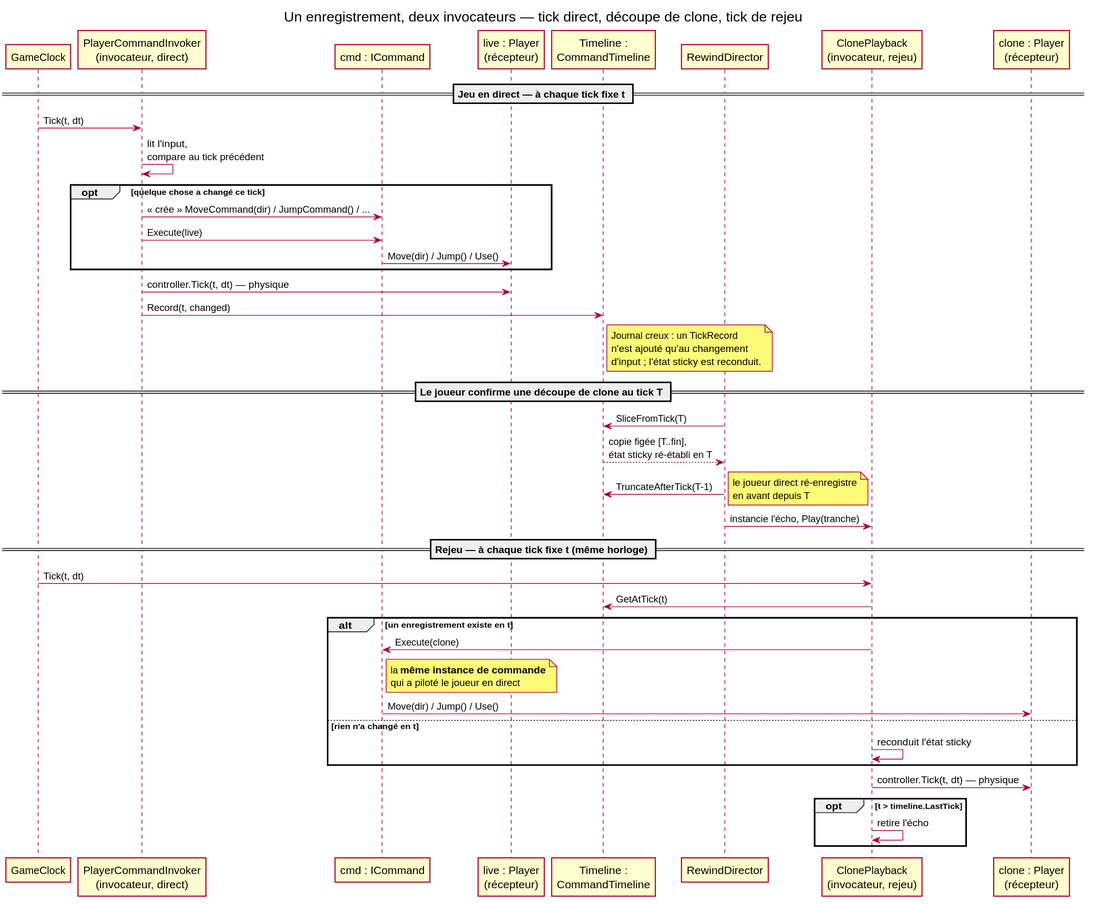
Xenogix/PlatformerMCR keeps this PlantUML diagram as docs/presentation/command-pattern-sequence-fr.svg. Above is the earlier version.
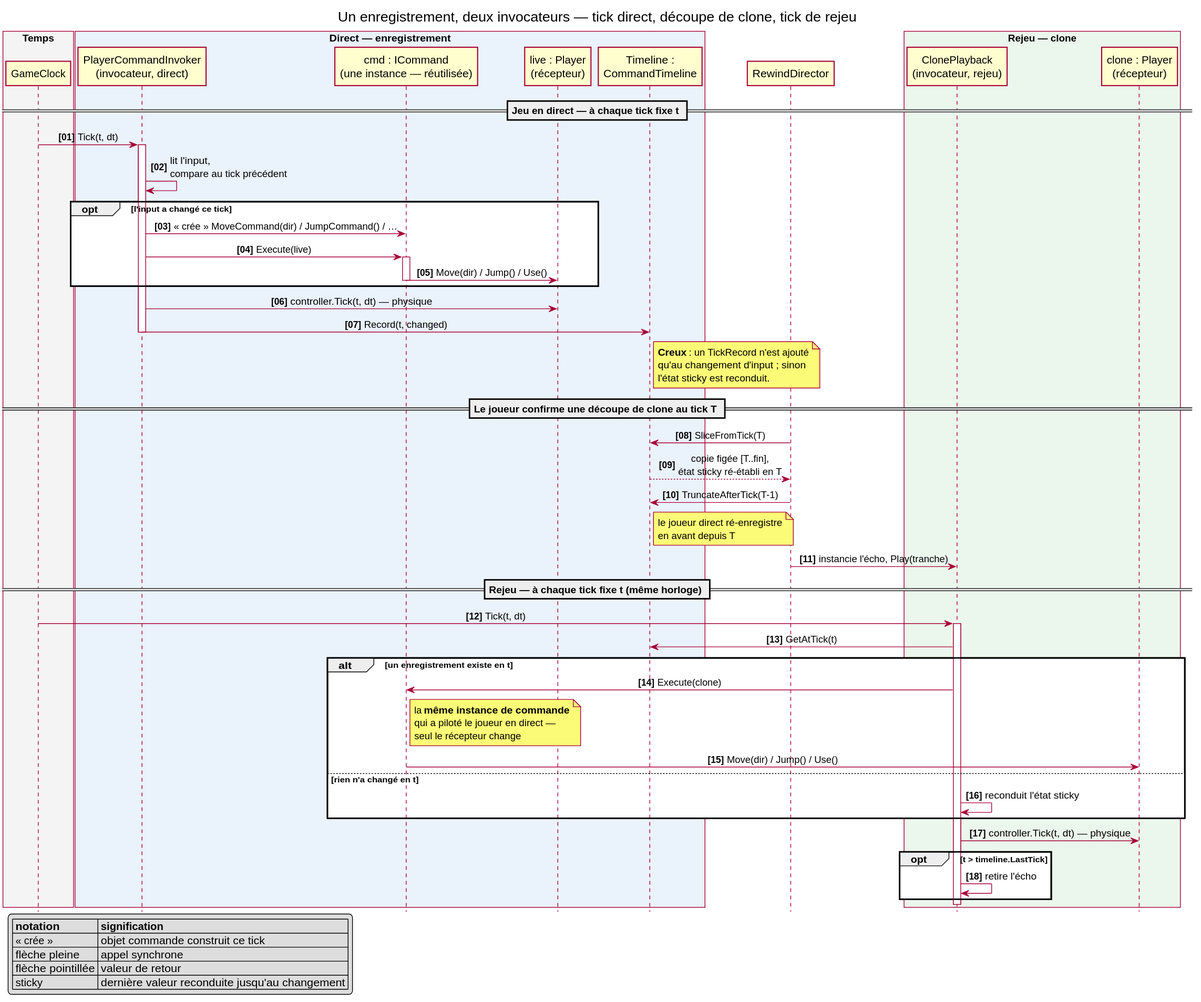
After the change.

The edit, as a diff of the source:
```diff
@@ -3,45 +3,59 @@
 
 skinparam shadowing false
 skinparam defaultFontName sans-serif
+skinparam sequenceMessageAlign center
+hide footbox
+autonumber "<b>[00]"
 
-participant GameClock as clock
-participant "PlayerCommandInvoker\n(invocateur, direct)" as invoker
-participant "cmd : ICommand" as cmd
-participant "live : Player\n(récepteur)" as live
-participant "Timeline :\nCommandTimeline" as timeline
+box "Temps" #F4F4F4
+  participant GameClock as clock
+end box
+box "Direct — enregistrement" #EAF2FB
+  participant "PlayerCommandInvoker\n(invocateur, direct)" as invoker
+  participant "cmd : ICommand\n(une instance — réutilisée)" as cmd
+  participant "live : Player\n(récepteur)" as live
+  participant "Timeline :\nCommandTimeline" as timeline
+end box
 participant RewindDirector as director
-participant "ClonePlayback\n(invocateur, rejeu)" as playback
-participant "clone : Player\n(récepteur)" as clone
+box "Rejeu — clone" #EBF7EC
+  participant "ClonePlayback\n(invocateur, rejeu)" as playback
+  participant "clone : Player\n(récepteur)" as clone
+end box
 
 == Jeu en direct — à chaque tick fixe t ==
 clock -> invoker : Tick(t, dt)
+activate invoker
 invoker -> invoker : lit l'input,\ncompare au tick précédent
-opt quelque chose a changé ce tick
-    invoker -> cmd : « crée » MoveCommand(dir) / JumpCommand() / ...
+opt l'input a changé ce tick
+    invoker -> cmd : « crée » MoveCommand(dir) / JumpCommand() / …
     invoker -> cmd : Execute(live)
+    activate cmd
     cmd -> live : Move(dir) / Jump() / Use()
+    deactivate cmd
 end
 invoker -> live : controller.Tick(t, dt)  — physique
 invoker -> timeline : Record(t, changed)
 note right of timeline
-    Journal creux : un TickRecord
-    n'est ajouté qu'au changement
-    d'input ; l'état sticky est reconduit.
+  **Creux** : un TickRecord n'est ajouté
+  qu'au changement d'input ; sinon
+  l'état sticky est reconduit.
 end note
+deactivate invoker
 
 == Le joueur confirme une découpe de clone au tick T ==
 director -> timeline : SliceFromTick(T)
 timeline --> director : copie figée [T..fin],\nétat sticky ré-établi en T
 director -> timeline : TruncateAfterTick(T-1)
-note right : le joueur direct ré-enregistre\nen avant depuis T
+note right of timeline : le joueur direct ré-enregistre\nen avant depuis T
 director -> playback : instancie l'écho, Play(tranche)
 
 == Rejeu — à chaque tick fixe t (même horloge) ==
 clock -> playback : Tick(t, dt)
+activate playback
 playback -> timeline : GetAtTick(t)
 alt un enregistrement existe en t
     playback -> cmd : Execute(clone)
-    note right of cmd : la **même instance de commande**\nqui a piloté le joueur en direct
+    note right of cmd : la **même instance de commande**\nqui a piloté le joueur en direct —\nseul le récepteur change
     cmd -> clone : Move(dir) / Jump() / Use()
 else rien n'a changé en t
     playback -> playback : reconduit l'état sticky
@@ -50,5 +64,14 @@
 opt t > timeline.LastTick
     playback -> playback : retire l'écho
 end
+deactivate playback
+
+legend left
+  |= notation |= signification |
+  | « crée » | objet commande construit ce tick |
+  | flèche pleine | appel synchrone |
+  | flèche pointillée | valeur de retour |
+  | sticky | dernière valeur reconduite jusqu'au changement |
+endlegend
 
 @enduml
```
